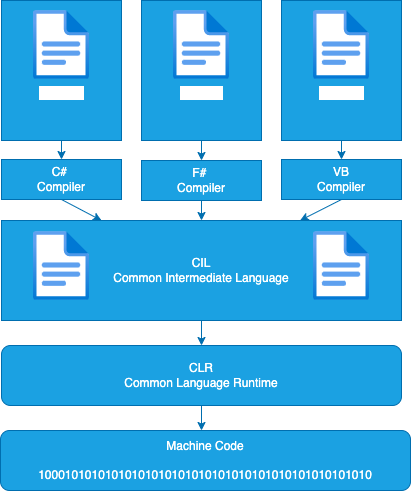
uwspstar/FullStack keeps this draw.io diagram as Img/101_code_flow.png. Above is the earlier version. Source tidied: cells renumbered, new cells last; positions are measured from the earlier drawing's top-left corner, leaving out a move shared by most shapes.
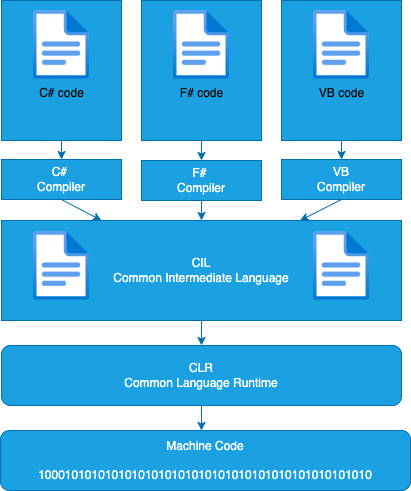
Above is the later version.

Change to the diagram source:
```diff
@@ -5,19 +5,19 @@
     <mxCell id="2" style="rounded=0;whiteSpace=wrap;html=1;fillColor=#1ba1e2;fontColor=#ffffff;strokeColor=#006EAF;" parent="1" vertex="1">
       <mxGeometry x="141" width="120" height="140" as="geometry" />
     </mxCell>
-    <mxCell id="3" value="F# code" style="html=1;align=center;image;fontSize=12;image=img/lib/azure2/general/File.svg;fillColor=#1ba1e2;fontColor=#ffffff;strokeColor=#006EAF;" parent="1" vertex="1">
+    <mxCell id="3" value="F# code" style="html=1;align=center;image;fontSize=12;image=img/lib/azure2/general/File.svg;fillColor=#1ba1e2;fontColor=#000000;strokeColor=#006EAF;labelBackgroundColor=none;" parent="1" vertex="1">
       <mxGeometry x="173" y="10" width="56" height="69" as="geometry" />
     </mxCell>
     <mxCell id="4" style="rounded=0;whiteSpace=wrap;html=1;fillColor=#1ba1e2;fontColor=#ffffff;strokeColor=#006EAF;" parent="1" vertex="1">
       <mxGeometry x="1" width="120" height="140" as="geometry" />
     </mxCell>
-    <mxCell id="5" value="C# code" style="html=1;align=center;image;fontSize=12;image=img/lib/azure2/general/File.svg;fillColor=#1ba1e2;fontColor=#ffffff;strokeColor=#006EAF;" parent="1" vertex="1">
+    <mxCell id="5" value="C# code" style="html=1;align=center;image;fontSize=12;image=img/lib/azure2/general/File.svg;fillColor=#1ba1e2;fontColor=#000000;strokeColor=#006EAF;labelBackgroundColor=none;" parent="1" vertex="1">
       <mxGeometry x="33" y="10" width="56" height="69" as="geometry" />
     </mxCell>
     <mxCell id="6" style="rounded=0;whiteSpace=wrap;html=1;fillColor=#1ba1e2;fontColor=#ffffff;strokeColor=#006EAF;" parent="1" vertex="1">
       <mxGeometry x="281" width="120" height="140" as="geometry" />
     </mxCell>
-    <mxCell id="7" value="VB code" style="html=1;align=center;image;fontSize=12;image=img/lib/azure2/general/File.svg;fillColor=#1ba1e2;fontColor=#ffffff;strokeColor=#006EAF;" parent="1" vertex="1">
+    <mxCell id="7" value="VB code" style="html=1;align=center;image;fontSize=12;image=img/lib/azure2/general/File.svg;fillColor=#1ba1e2;fontColor=#000000;strokeColor=#006EAF;labelBackgroundColor=none;" parent="1" vertex="1">
       <mxGeometry x="313" y="10" width="56" height="69" as="geometry" />
     </mxCell>
     <mxCell id="8" value="C#&amp;nbsp;&lt;br&gt;Compiler" style="rounded=0;whiteSpace=wrap;html=1;fillColor=#1ba1e2;fontColor=#ffffff;strokeColor=#006EAF;" parent="1" vertex="1">
```
